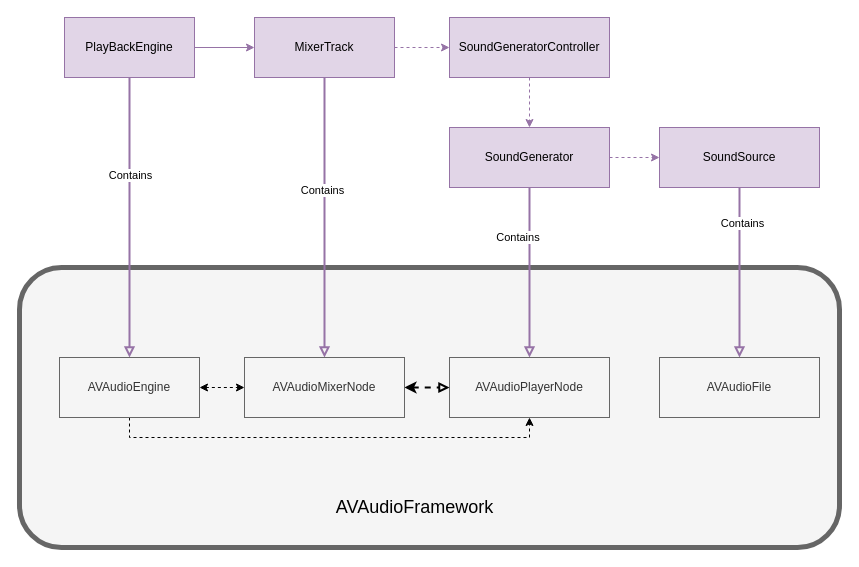
Above: page "SoundEngine Framework" (3 of 3) of Mobile Lab Design.drawio in jerryweb/The-Mobile-Lab (draw.io), before the change. Source tidied: cells renumbered, new cells numbered last; positions are measured from the earlier drawing's top-left corner, leaving out a move shared by most shapes. Both pictures are drawn from the tidied source at 100%, with x=0, y=0 at pixel (19, 17).
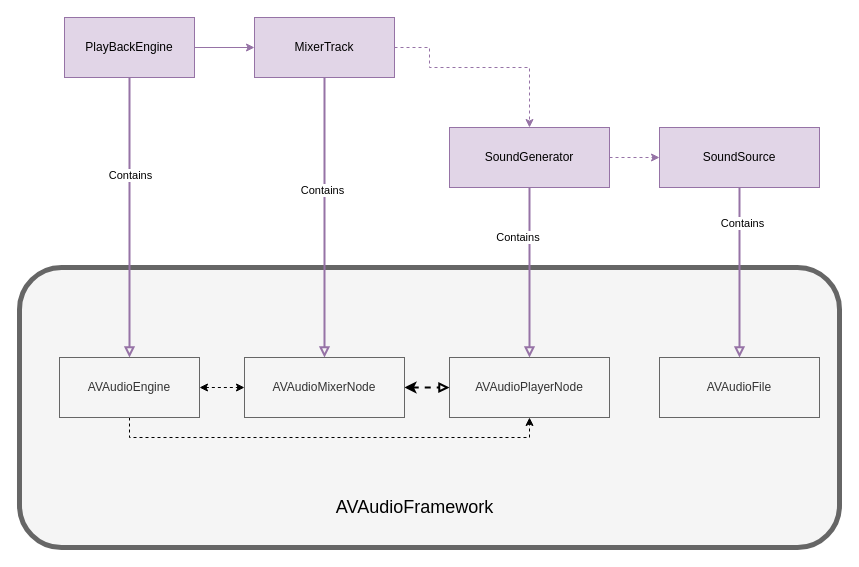
After the change.

The change refers to these unchanged cells:
```xml
<mxCell id="5" value="SoundGenerator" style="rounded=0;whiteSpace=wrap;html=1;fillColor=#e1d5e7;strokeColor=#9673a6;" parent="1" vertex="1">
  <mxGeometry x="430" y="110" width="160" height="60" as="geometry" />
</mxCell>
<mxCell id="14" value="MixerTrack" style="rounded=0;whiteSpace=wrap;html=1;fillColor=#e1d5e7;strokeColor=#9673a6;" parent="1" vertex="1">
  <mxGeometry x="235" width="140" height="60" as="geometry" />
</mxCell>
```

What changed in the source:
```diff
@@
-    <mxCell id="11" style="edgeStyle=orthogonalEdgeStyle;rounded=0;jettySize=auto;html=1;entryX=0;entryY=0.5;entryDx=0;entryDy=0;dashed=1;fillColor=#e1d5e7;strokeColor=#9673a6;" parent="1" edge="1" source="14" target="23">
-      <mxGeometry relative="1" as="geometry" />
-    </mxCell>
@@
-    <mxCell id="22" style="edgeStyle=orthogonalEdgeStyle;rounded=0;jettySize=auto;html=1;dashed=1;entryX=0.5;entryY=0;entryDx=0;entryDy=0;fillColor=#e1d5e7;strokeColor=#9673a6;" parent="1" edge="1" source="23" target="5">
-      <mxGeometry relative="1" as="geometry" />
+    <mxCell id="22" style="edgeStyle=orthogonalEdgeStyle;rounded=0;jettySize=auto;html=1;dashed=1;entryX=0.5;entryY=0;entryDx=0;entryDy=0;fillColor=#e1d5e7;strokeColor=#9673a6;exitX=1;exitY=0.5;exitDx=0;exitDy=0;" parent="1" edge="1" source="14" target="5">
+      <mxGeometry relative="1" as="geometry">
+        <Array as="points">
+          <mxPoint x="410" y="30" />
+          <mxPoint x="410" y="50" />
+          <mxPoint x="510" y="50" />
+        </Array>
+      </mxGeometry>
     </mxCell>
-    <mxCell id="23" value="SoundGeneratorController" style="rounded=0;whiteSpace=wrap;html=1;fillColor=#e1d5e7;strokeColor=#9673a6;" parent="1" vertex="1">
-      <mxGeometry x="430" width="160" height="60" as="geometry" />
-    </mxCell>
```
